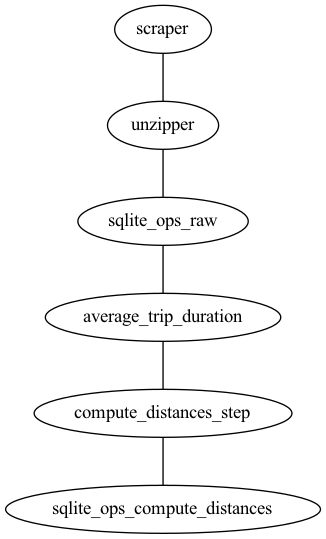
Above: flow.png in peter-ram/snakedev_de_loka (Graphviz), before the change. Its source is kept beside it as flow.dot. The source it was exported from:
```dot
graph {
	scraper -- unzipper
	unzipper -- sqlite_ops_raw
	sqlite_ops_raw -- average_trip_duration
	average_trip_duration -- compute_distances_step
	compute_distances_step -- sqlite_ops_compute_distances

}
```
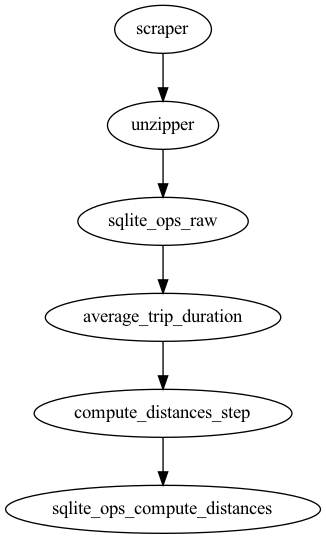
Above is the later version.

Commit message:
updated dot file to be digraph and include data quality component

What changed in the source:
```diff
@@ -1,8 +1,9 @@
-graph {
-	scraper -- unzipper
-	unzipper -- sqlite_ops_raw
-	sqlite_ops_raw -- average_trip_duration
-	average_trip_duration -- compute_distances_step
-	compute_distances_step -- sqlite_ops_compute_distances
+digraph {
+	scraper -> unzipper
+	unzipper -> sqlite_ops_raw
+	sqlite_ops_raw -> average_trip_duration
+	average_trip_duration -> compute_distances_step
+	compute_distances_step -> sqlite_ops_compute_distances
+	sqlite_ops_compute_distances -> data_quality
 
 }
```
